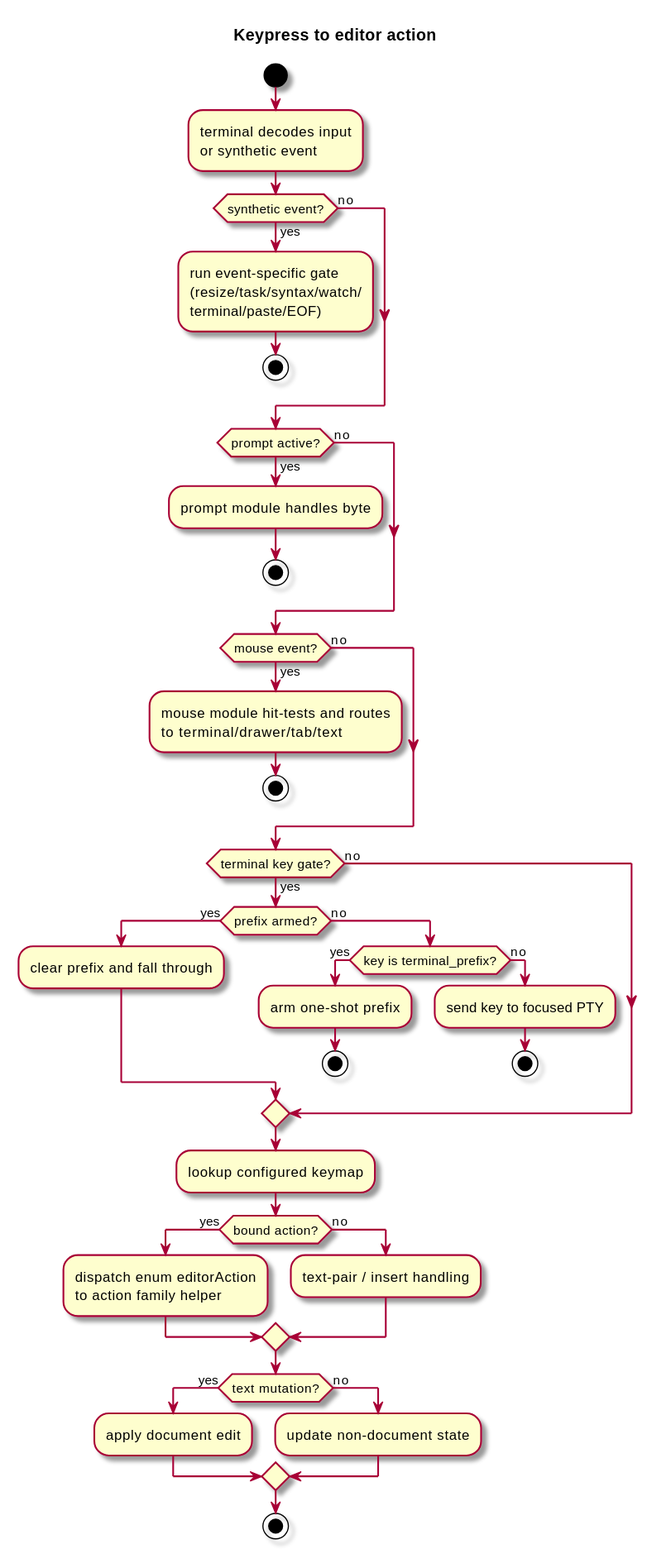
The PlantUML diagram docs/diagrams/svg/action-dispatch.svg in kokkoniemi/rotide, before a commit. Its source is kept beside it as docs/diagrams/src/action-dispatch.puml.
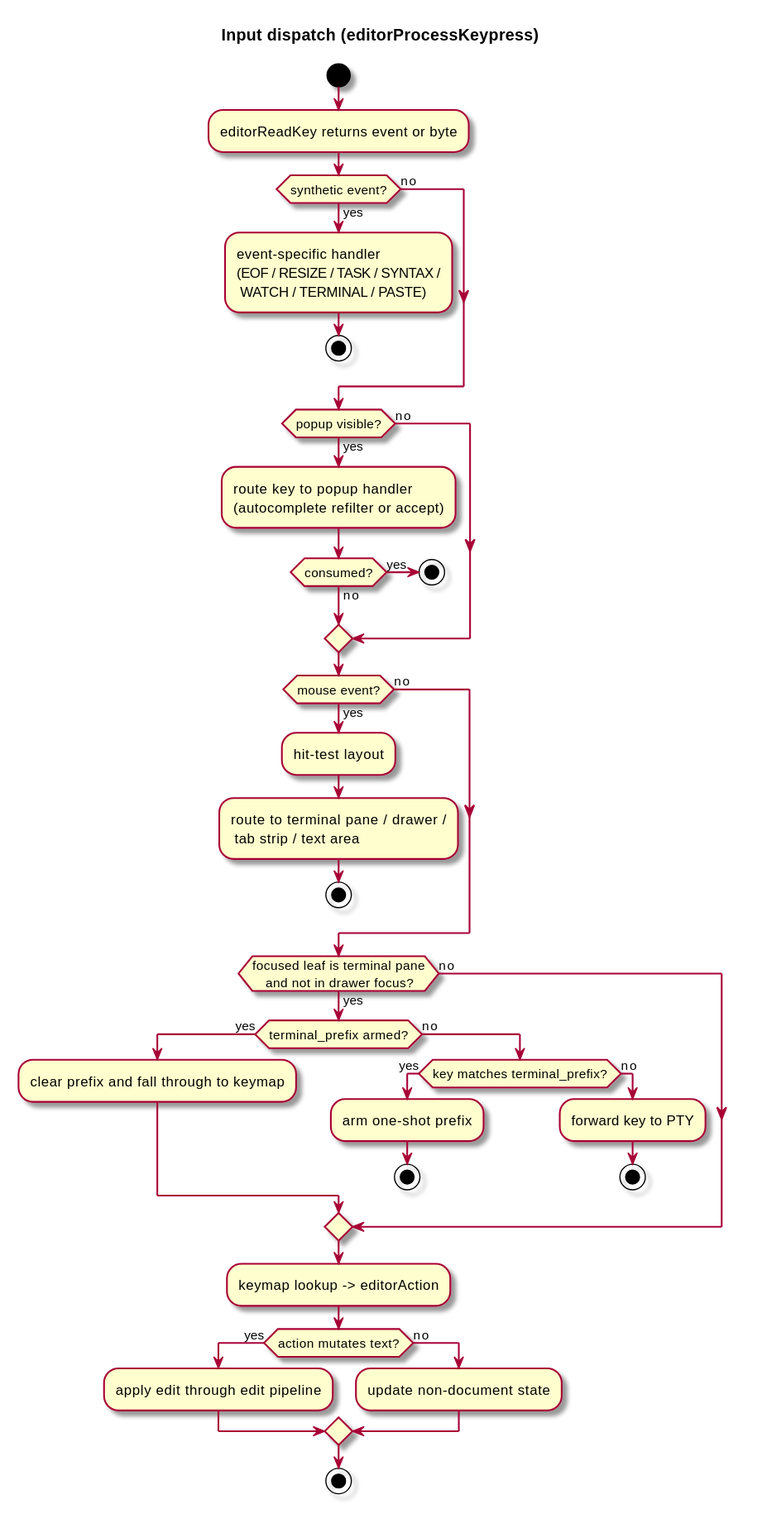
After the change.

Diff of the diagram source:
```diff
@@ -1,54 +1,53 @@
 @startuml
 skin rose
 skinparam backgroundColor #FFFFFF
-title Keypress to editor action
+title Input dispatch (editorProcessKeypress)
 
 start
-:terminal decodes input
-or synthetic event;
+:editorReadKey returns event or byte;
 if (synthetic event?) then (yes)
-	:run event-specific gate
-(resize/task/syntax/watch/
-terminal/paste/EOF);
-	stop
+  :event-specific handler
+  (EOF / RESIZE / TASK / SYNTAX /
+   WATCH / TERMINAL / PASTE);
+  stop
 else (no)
 endif
-if (prompt active?) then (yes)
-	:prompt module handles byte;
-	stop
+if (popup visible?) then (yes)
+  :route key to popup handler
+  (autocomplete refilter or accept);
+  if (consumed?) then (yes)
+    stop
+  else (no)
+  endif
 else (no)
 endif
 if (mouse event?) then (yes)
-	:mouse module hit-tests and routes
-to terminal/drawer/tab/text;
-	stop
+  :hit-test layout;
+  :route to terminal pane / drawer /
+   tab strip / text area;
+  stop
 else (no)
 endif
-if (terminal key gate?) then (yes)
-	if (prefix armed?) then (yes)
-		:clear prefix and fall through;
-	else (no)
-		if (key is terminal_prefix?) then (yes)
-			:arm one-shot prefix;
-			stop
-		else (no)
-			:send key to focused PTY;
-			stop
-		endif
-	endif
+if (focused leaf is terminal pane
+    and not in drawer focus?) then (yes)
+  if (terminal_prefix armed?) then (yes)
+    :clear prefix and fall through to keymap;
+  else (no)
+    if (key matches terminal_prefix?) then (yes)
+      :arm one-shot prefix;
+      stop
+    else (no)
+      :forward key to PTY;
+      stop
+    endif
+  endif
 else (no)
 endif
-:lookup configured keymap;
-if (bound action?) then (yes)
-	:dispatch enum editorAction
-to action family helper;
+:keymap lookup -> editorAction;
+if (action mutates text?) then (yes)
+  :apply edit through edit pipeline;
 else (no)
-	:text-pair / insert handling;
-endif
-if (text mutation?) then (yes)
-	:apply document edit;
-else (no)
-	:update non-document state;
+  :update non-document state;
 endif
 stop
 
```
